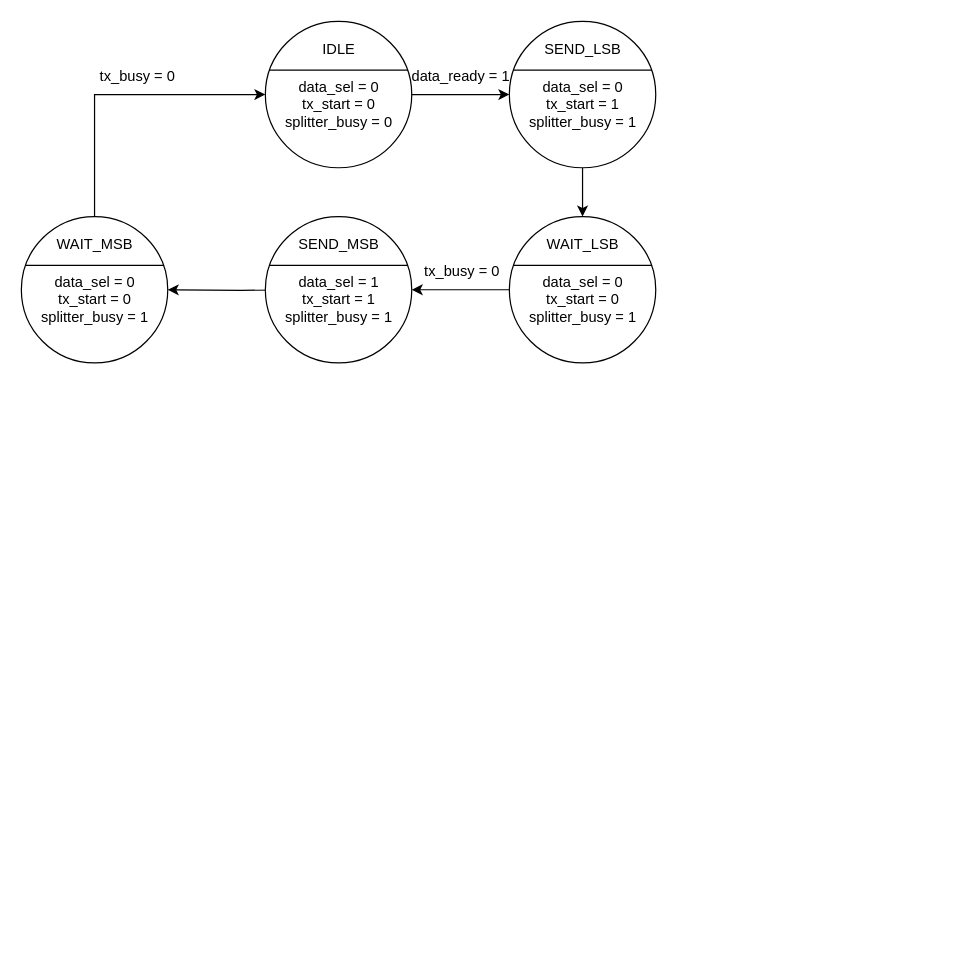
Before: tx_splitter.drawio in Grimrist/vector_coprocessor, a draw.io diagram. Source tidied: cells renumbered, new cells numbered last; positions are measured from the earlier drawing's top-left corner, leaving out a move shared by most shapes. Both pictures are drawn from the tidied source at 122%, with x=0, y=0 at pixel (21, 21).
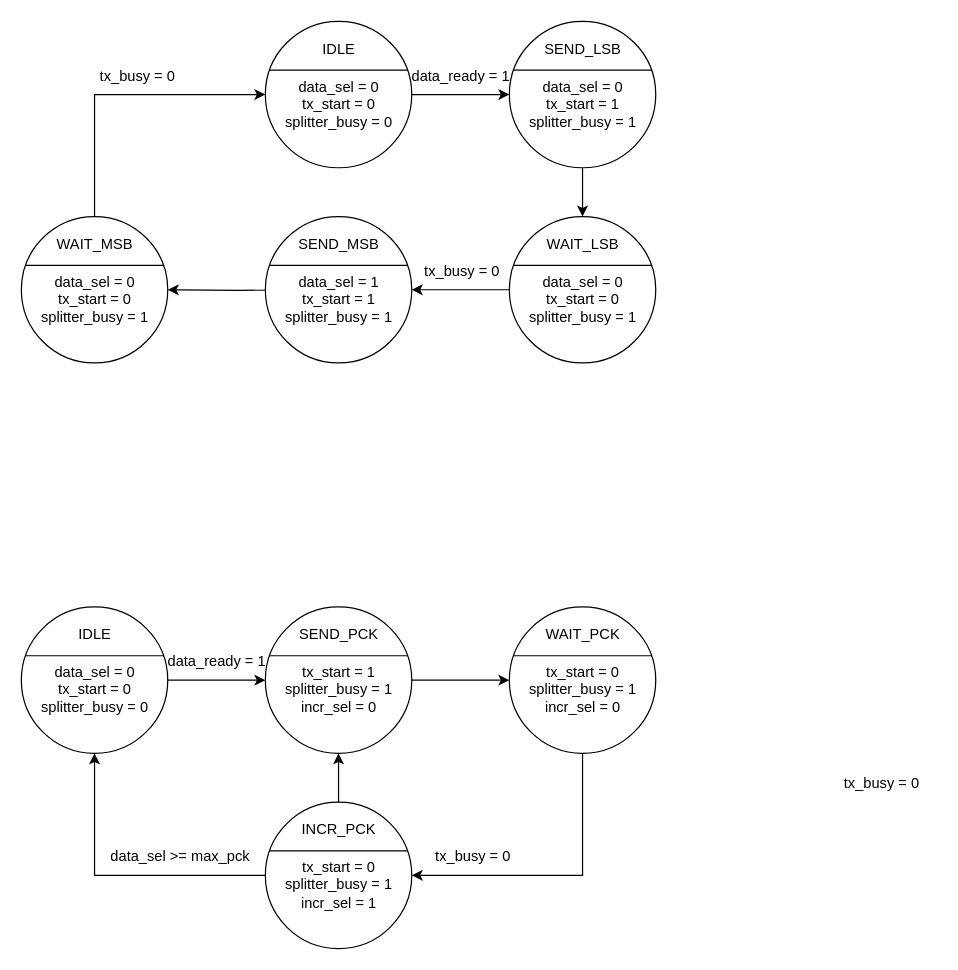
Above is the later version.

The edit, as a diff of the source:
```diff
@@
+    <mxCell id="30" style="edgeStyle=orthogonalEdgeStyle;rounded=0;jettySize=auto;html=1;entryX=0;entryY=0.5;entryDx=0;entryDy=0;" parent="1" edge="1" source="31" target="36">
+      <mxGeometry relative="1" as="geometry" />
+    </mxCell>
+    <mxCell id="31" style="ellipse;whiteSpace=wrap;html=1;" parent="1" vertex="1">
+      <mxGeometry y="480" width="120" height="120" as="geometry" />
+    </mxCell>
+    <mxCell id="32" style="endArrow=none;html=1;rounded=0;" parent="1" edge="1">
+      <mxGeometry relative="1" as="geometry">
+        <mxPoint x="3" y="520" as="sourcePoint" />
+        <mxPoint x="117" y="520" as="targetPoint" />
+      </mxGeometry>
+    </mxCell>
+    <mxCell id="33" value="IDLE" style="text;html=1;align=center;verticalAlign=middle;strokeColor=none;fillColor=none;" parent="1" vertex="1">
+      <mxGeometry x="35" y="488" width="50" height="30" as="geometry" />
+    </mxCell>
+    <mxCell id="34" value="data_sel = 0&lt;div&gt;tx_start = 0&lt;/div&gt;&lt;div&gt;splitter_busy = 0&lt;/div&gt;" style="text;html=1;align=center;verticalAlign=middle;strokeColor=none;fillColor=none;" parent="1" vertex="1">
+      <mxGeometry y="518" width="120" height="60" as="geometry" />
+    </mxCell>
+    <mxCell id="35" style="edgeStyle=orthogonalEdgeStyle;rounded=0;jettySize=auto;html=1;exitX=1;exitY=0.5;exitDx=0;exitDy=0;entryX=0;entryY=0.5;entryDx=0;entryDy=0;" parent="1" edge="1" source="36" target="41">
+      <mxGeometry relative="1" as="geometry" />
+    </mxCell>
+    <mxCell id="36" style="ellipse;whiteSpace=wrap;html=1;" parent="1" vertex="1">
+      <mxGeometry x="200" y="480" width="120" height="120" as="geometry" />
+    </mxCell>
+    <mxCell id="37" style="endArrow=none;html=1;rounded=0;" parent="1" edge="1">
+      <mxGeometry relative="1" as="geometry">
+        <mxPoint x="203" y="520" as="sourcePoint" />
+        <mxPoint x="317" y="520" as="targetPoint" />
+      </mxGeometry>
+    </mxCell>
+    <mxCell id="38" value="SEND_PCK" style="text;html=1;align=center;verticalAlign=middle;strokeColor=none;fillColor=none;" parent="1" vertex="1">
+      <mxGeometry x="220" y="488" width="80" height="30" as="geometry" />
+    </mxCell>
+    <mxCell id="39" value="&lt;div&gt;tx_start = 1&lt;/div&gt;&lt;div&gt;splitter_busy = 1&lt;/div&gt;&lt;div&gt;incr_sel = 0&lt;/div&gt;" style="text;html=1;align=center;verticalAlign=middle;strokeColor=none;fillColor=none;" parent="1" vertex="1">
+      <mxGeometry x="200" y="518" width="120" height="60" as="geometry" />
+    </mxCell>
+    <mxCell id="40" style="edgeStyle=orthogonalEdgeStyle;rounded=0;jettySize=auto;html=1;exitX=0.5;exitY=1;exitDx=0;exitDy=0;entryX=1;entryY=0.5;entryDx=0;entryDy=0;" parent="1" edge="1" source="41" target="48">
+      <mxGeometry relative="1" as="geometry" />
+    </mxCell>
+    <mxCell id="41" style="ellipse;whiteSpace=wrap;html=1;" parent="1" vertex="1">
+      <mxGeometry x="400" y="480" width="120" height="120" as="geometry" />
+    </mxCell>
+    <mxCell id="42" style="endArrow=none;html=1;rounded=0;" parent="1" edge="1">
+      <mxGeometry relative="1" as="geometry">
+        <mxPoint x="403" y="520" as="sourcePoint" />
+        <mxPoint x="517" y="520" as="targetPoint" />
+      </mxGeometry>
+    </mxCell>
+    <mxCell id="43" value="WAIT_PCK" style="text;html=1;align=center;verticalAlign=middle;strokeColor=none;fillColor=none;" parent="1" vertex="1">
+      <mxGeometry x="420" y="488" width="80" height="30" as="geometry" />
+    </mxCell>
+    <mxCell id="44" value="&lt;div&gt;tx_start = 0&lt;/div&gt;&lt;div&gt;splitter_busy = 1&lt;/div&gt;&lt;div&gt;incr_sel = 0&lt;/div&gt;" style="text;html=1;align=center;verticalAlign=middle;strokeColor=none;fillColor=none;" parent="1" vertex="1">
+      <mxGeometry x="400" y="518" width="120" height="60" as="geometry" />
+    </mxCell>
+    <mxCell id="45" value="data_ready = 1" style="text;html=1;align=center;verticalAlign=middle;strokeColor=none;fillColor=none;" parent="1" vertex="1">
+      <mxGeometry x="105" y="510" width="110" height="30" as="geometry" />
+    </mxCell>
+    <mxCell id="46" style="edgeStyle=orthogonalEdgeStyle;rounded=0;jettySize=auto;html=1;exitX=0.5;exitY=0;exitDx=0;exitDy=0;entryX=0.5;entryY=1;entryDx=0;entryDy=0;" parent="1" edge="1" source="48" target="36">
+      <mxGeometry relative="1" as="geometry" />
+    </mxCell>
+    <mxCell id="47" style="edgeStyle=orthogonalEdgeStyle;rounded=0;jettySize=auto;html=1;exitX=0;exitY=0.5;exitDx=0;exitDy=0;entryX=0.5;entryY=1;entryDx=0;entryDy=0;" parent="1" edge="1" source="48" target="31">
+      <mxGeometry relative="1" as="geometry" />
+    </mxCell>
+    <mxCell id="48" style="ellipse;whiteSpace=wrap;html=1;" parent="1" vertex="1">
+      <mxGeometry x="200" y="640" width="120" height="120" as="geometry" />
+    </mxCell>
+    <mxCell id="49" style="endArrow=none;html=1;rounded=0;" parent="1" edge="1">
+      <mxGeometry relative="1" as="geometry">
+        <mxPoint x="203" y="680" as="sourcePoint" />
+        <mxPoint x="317" y="680" as="targetPoint" />
+      </mxGeometry>
+    </mxCell>
+    <mxCell id="50" value="INCR_PCK" style="text;html=1;align=center;verticalAlign=middle;strokeColor=none;fillColor=none;" parent="1" vertex="1">
+      <mxGeometry x="220" y="648" width="80" height="30" as="geometry" />
+    </mxCell>
+    <mxCell id="51" value="&lt;div&gt;tx_start = 0&lt;/div&gt;&lt;div&gt;splitter_busy = 1&lt;/div&gt;&lt;div&gt;incr_sel = 1&lt;/div&gt;" style="text;html=1;align=center;verticalAlign=middle;strokeColor=none;fillColor=none;" parent="1" vertex="1">
+      <mxGeometry x="200" y="678" width="120" height="60" as="geometry" />
+    </mxCell>
+    <mxCell id="52" value="tx_busy = 0" style="text;html=1;align=center;verticalAlign=middle;strokeColor=none;fillColor=none;" parent="1" vertex="1">
+      <mxGeometry x="325" y="670" width="90" height="30" as="geometry" />
+    </mxCell>
+    <mxCell id="53" value="tx_busy = 0" style="text;html=1;align=center;verticalAlign=middle;strokeColor=none;fillColor=none;" parent="1" vertex="1">
+      <mxGeometry x="660" y="610" width="90" height="30" as="geometry" />
+    </mxCell>
+    <mxCell id="54" value="data_sel &amp;gt;= max_pck" style="text;html=1;align=center;verticalAlign=middle;strokeColor=none;fillColor=none;" parent="1" vertex="1">
+      <mxGeometry x="60" y="670" width="140" height="30" as="geometry" />
+    </mxCell>
```
